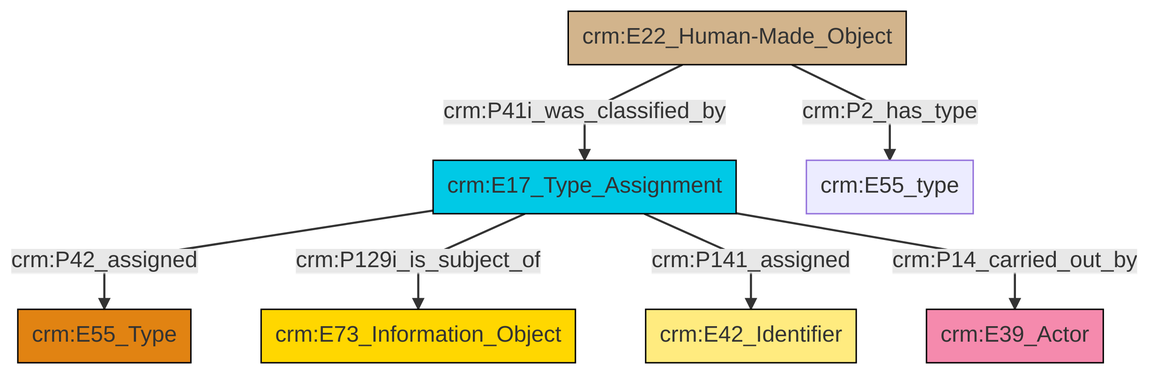
The Mermaid diagram et/builtWorkCSV/ttl/mmd/png/Built_Work_designation_status.png in swiss-art-research-net/reference-data-models, before a commit. Its source is kept beside it as et/builtWorkCSV/ttl/mmd/Built_Work_designation_status.ttl.mmd.
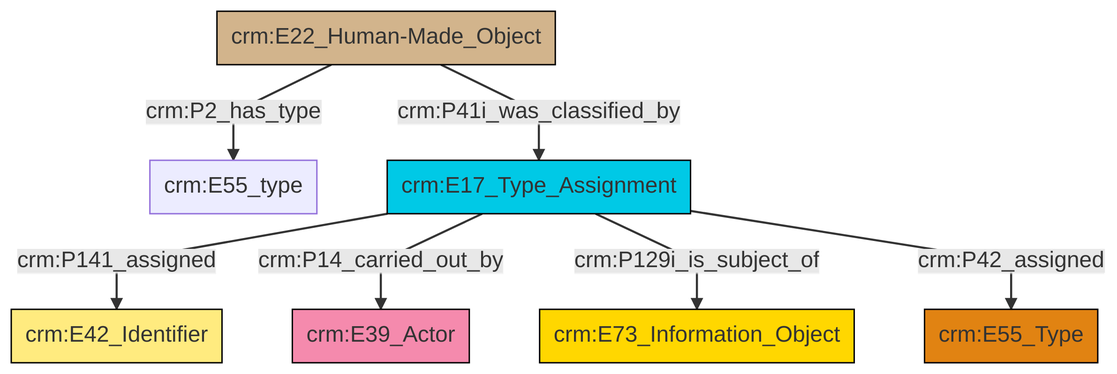
The same diagram one commit later.

The edit, as a diff of the source:
```diff
@@ -13,9 +13,9 @@
 classDef PC_Classes fill:#4ce600, stroke:#000000;
 classDef Multi fill:#cccccc,stroke:#000000;
 
-0["crm:E17_Type_Assignment"]:::Temporal_Entity -->|crm:P42_assigned| 1["crm:E55_Type"]:::Type
-2["crm:E22_Human-Made_Object"]:::Physical_Thing -->|crm:P41i_was_classified_by| 0["crm:E17_Type_Assignment"]:::Temporal_Entity
-2["crm:E22_Human-Made_Object"]:::Physical_Thing -->|crm:P2_has_type| 3["crm:E55_type"]:::Default
-0["crm:E17_Type_Assignment"]:::Temporal_Entity -->|crm:P129i_is_subject_of| 4["crm:E73_Information_Object"]:::Conceptual_Object
-0["crm:E17_Type_Assignment"]:::Temporal_Entity -->|crm:P141_assigned| 5["crm:E42_Identifier"]:::Appellation
-0["crm:E17_Type_Assignment"]:::Temporal_Entity -->|crm:P14_carried_out_by| 13["crm:E39_Actor"]:::Actor
+0["crm:E22_Human-Made_Object"]:::Physical_Thing -->|crm:P2_has_type| 1["crm:E55_type"]:::Default
+0["crm:E22_Human-Made_Object"]:::Physical_Thing -->|crm:P41i_was_classified_by| 10["crm:E17_Type_Assignment"]:::Temporal_Entity
+10["crm:E17_Type_Assignment"]:::Temporal_Entity -->|crm:P141_assigned| 12["crm:E42_Identifier"]:::Appellation
+10["crm:E17_Type_Assignment"]:::Temporal_Entity -->|crm:P14_carried_out_by| 2["crm:E39_Actor"]:::Actor
+10["crm:E17_Type_Assignment"]:::Temporal_Entity -->|crm:P129i_is_subject_of| 8["crm:E73_Information_Object"]:::Conceptual_Object
+10["crm:E17_Type_Assignment"]:::Temporal_Entity -->|crm:P42_assigned| 5["crm:E55_Type"]:::Type
```
